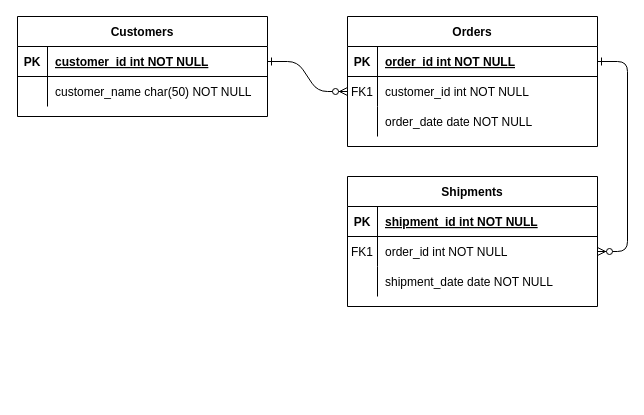
The draw.io diagram LstandsEntityDiagram.drawio in mariadelrosario98/grupo_7_LSTANDSFORLIBROS, before the edit. Source tidied: cells renumbered, new cells numbered last; positions are measured from the earlier drawing's top-left corner, leaving out a move shared by most shapes. Both pictures are drawn from the tidied source at 100%, with x=0, y=0 at pixel (17, 16).
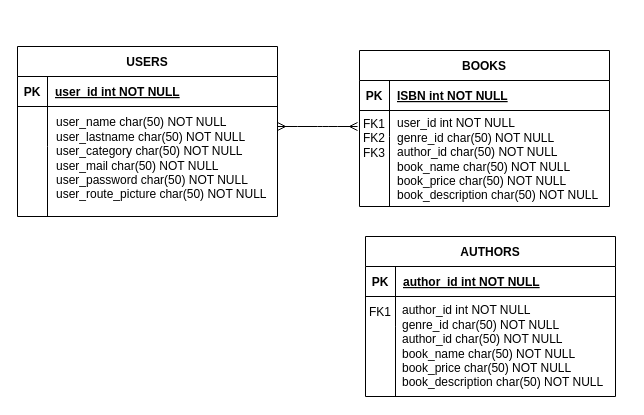
The same page after the edit.

Unchanged cells that the change refers to:
```xml
<mxCell id="5" style="shape=partialRectangle;fillColor=none;points=[[0,0.5],[1,0.5]];portConstraint=eastwest;top=0;left=0;right=0;bottom=1;" parent="4" vertex="1">
  <mxGeometry y="30" width="250" height="30" as="geometry" />
</mxCell>
<mxCell id="15" style="shape=partialRectangle;fillColor=none;top=0;left=0;right=0;bottom=1;" parent="14" vertex="1">
  <mxGeometry y="30" width="250" height="30" as="geometry" />
</mxCell>
<mxCell id="18" style="shape=partialRectangle;fillColor=none;points=[[0,0.5],[1,0.5]];portConstraint=eastwest;top=0;left=0;right=0;bottom=0;" parent="14" vertex="1">
  <mxGeometry y="60" width="250" height="30" as="geometry" />
</mxCell>
<mxCell id="21" style="shape=partialRectangle;fillColor=none;top=0;left=0;right=0;bottom=0;" parent="14" vertex="1">
  <mxGeometry y="90" width="250" height="30" as="geometry" />
</mxCell>
```

The edit, as a diff of the source:
```diff
@@
-    <mxCell id="2" style="edgeStyle=entityRelationEdgeStyle;endArrow=ERzeroToMany;startArrow=ERone;endFill=1;startFill=0;" parent="1" edge="1" source="25" target="8">
-      <mxGeometry relative="1" as="geometry" />
+    <mxCell id="2" style="edgeStyle=entityRelationEdgeStyle;endArrow=ERmany;startArrow=ERmany;endFill=0;startFill=0;" parent="1" edge="1">
+      <mxGeometry relative="1" as="geometry">
+        <mxPoint x="260" y="110" as="sourcePoint" />
+        <mxPoint x="340" y="110" as="targetPoint" />
+      </mxGeometry>
     </mxCell>
-    <mxCell id="3" style="edgeStyle=entityRelationEdgeStyle;endArrow=ERzeroToMany;startArrow=ERone;endFill=1;startFill=0;" parent="1" edge="1" source="5" target="18">
-      <mxGeometry relative="1" as="geometry" />
-    </mxCell>
-    <mxCell id="4" value="Orders" style="shape=table;startSize=30;childLayout=tableLayout;rowLines=0;fontStyle=1;align=center;" parent="1" vertex="1">
-      <mxGeometry x="330" width="250" height="130" as="geometry" />
+    <mxCell id="4" value="BOOKS" style="shape=table;startSize=30;childLayout=tableLayout;rowLines=0;fontStyle=1;align=center;" parent="1" vertex="1">
+      <mxGeometry x="342" y="34" width="250" height="156" as="geometry" />
     </mxCell>
@@
-    <mxCell id="7" value="order_id int NOT NULL " style="shape=partialRectangle;overflow=hidden;fillColor=none;top=0;left=0;bottom=0;right=0;align=left;spacingLeft=6;fontStyle=5;" parent="5" vertex="1">
+    <mxCell id="7" value="ISBN int NOT NULL " style="shape=partialRectangle;overflow=hidden;fillColor=none;top=0;left=0;bottom=0;right=0;align=left;spacingLeft=6;fontStyle=5;" parent="5" vertex="1">
       <mxGeometry x="30" width="220" height="30" as="geometry" />
     </mxCell>
     <mxCell id="8" style="shape=partialRectangle;fillColor=none;points=[[0,0.5],[1,0.5]];portConstraint=eastwest;top=0;left=0;right=0;bottom=0;" parent="4" vertex="1">
-      <mxGeometry y="60" width="250" height="30" as="geometry" />
+      <mxGeometry y="60" width="250" height="26" as="geometry" />
     </mxCell>
     <mxCell id="9" value="FK1" style="shape=partialRectangle;overflow=hidden;fillColor=none;top=0;left=0;bottom=0;right=0;" parent="8" vertex="1">
-      <mxGeometry width="30" height="30" as="geometry" />
+      <mxGeometry width="30" height="26" as="geometry" />
     </mxCell>
-    <mxCell id="10" value="customer_id int NOT NULL" style="shape=partialRectangle;overflow=hidden;fillColor=none;top=0;left=0;bottom=0;right=0;align=left;spacingLeft=6;" parent="8" vertex="1">
-      <mxGeometry x="30" width="220" height="30" as="geometry" />
+    <mxCell id="10" style="shape=partialRectangle;overflow=hidden;fillColor=none;top=0;left=0;bottom=0;right=0;align=left;spacingLeft=6;" parent="8" vertex="1">
+      <mxGeometry x="30" width="220" height="26" as="geometry" />
     </mxCell>
-    <mxCell id="11" style="shape=partialRectangle;fillColor=none;top=0;left=0;right=0;bottom=0;" parent="4" vertex="1">
-      <mxGeometry y="90" width="250" height="30" as="geometry" />
-    </mxCell>
-    <mxCell id="12" style="shape=partialRectangle;overflow=hidden;fillColor=none;top=0;left=0;bottom=0;right=0;" parent="11" vertex="1">
-      <mxGeometry width="30" height="30" as="geometry" />
-    </mxCell>
-    <mxCell id="13" value="order_date date NOT NULL" style="shape=partialRectangle;overflow=hidden;fillColor=none;top=0;left=0;bottom=0;right=0;align=left;spacingLeft=6;" parent="11" vertex="1">
-      <mxGeometry x="30" width="220" height="30" as="geometry" />
-    </mxCell>
-    <mxCell id="14" value="Shipments" style="shape=table;startSize=30;childLayout=tableLayout;rowLines=0;fontStyle=1;align=center;" parent="1" vertex="1">
-      <mxGeometry x="330" y="160" width="250" height="130" as="geometry" />
+    <mxCell id="14" value="AUTHORS" style="shape=table;startSize=30;childLayout=tableLayout;rowLines=0;fontStyle=1;align=center;" parent="1" vertex="1">
+      <mxGeometry x="348" y="220" width="250" height="160" as="geometry" />
     </mxCell>
@@
-    <mxCell id="17" value="shipment_id int NOT NULL " style="shape=partialRectangle;overflow=hidden;fillColor=none;top=0;left=0;bottom=0;right=0;align=left;spacingLeft=6;fontStyle=5;" parent="15" vertex="1">
+    <mxCell id="17" value="author_id int NOT NULL " style="shape=partialRectangle;overflow=hidden;fillColor=none;top=0;left=0;bottom=0;right=0;align=left;spacingLeft=6;fontStyle=5;" parent="15" vertex="1">
       <mxGeometry x="30" width="220" height="30" as="geometry" />
     </mxCell>
@@
-    <mxCell id="20" value="order_id int NOT NULL" style="shape=partialRectangle;overflow=hidden;fillColor=none;top=0;left=0;bottom=0;right=0;align=left;spacingLeft=6;" parent="18" vertex="1">
+    <mxCell id="20" style="shape=partialRectangle;overflow=hidden;fillColor=none;top=0;left=0;bottom=0;right=0;align=left;spacingLeft=6;" parent="18" vertex="1">
       <mxGeometry x="30" width="220" height="30" as="geometry" />
     </mxCell>
@@
-    <mxCell id="23" value="shipment_date date NOT NULL" style="shape=partialRectangle;overflow=hidden;fillColor=none;top=0;left=0;bottom=0;right=0;align=left;spacingLeft=6;" parent="21" vertex="1">
+    <mxCell id="23" style="shape=partialRectangle;overflow=hidden;fillColor=none;top=0;left=0;bottom=0;right=0;align=left;spacingLeft=6;" parent="21" vertex="1">
       <mxGeometry x="30" width="220" height="30" as="geometry" />
     </mxCell>
-    <mxCell id="24" value="Customers" style="shape=table;startSize=30;childLayout=tableLayout;rowLines=0;fontStyle=1;align=center;" parent="1" vertex="1">
-      <mxGeometry width="250" height="100" as="geometry" />
+    <mxCell id="24" value="USERS" style="shape=table;startSize=30;childLayout=tableLayout;rowLines=0;fontStyle=1;align=center;" parent="1" vertex="1">
+      <mxGeometry y="30" width="260" height="170" as="geometry" />
     </mxCell>
     <mxCell id="25" style="shape=partialRectangle;fillColor=none;points=[[0,0.5],[1,0.5]];portConstraint=eastwest;top=0;left=0;right=0;bottom=1;" parent="24" vertex="1">
-      <mxGeometry y="30" width="250" height="30" as="geometry" />
+      <mxGeometry y="30" width="260" height="30" as="geometry" />
     </mxCell>
@@
-    <mxCell id="27" value="customer_id int NOT NULL " style="shape=partialRectangle;overflow=hidden;fillColor=none;top=0;left=0;bottom=0;right=0;align=left;spacingLeft=6;fontStyle=5;" parent="25" vertex="1">
-      <mxGeometry x="30" width="220" height="30" as="geometry" />
+    <mxCell id="27" value="user_id int NOT NULL " style="shape=partialRectangle;overflow=hidden;fillColor=none;top=0;left=0;bottom=0;right=0;align=left;spacingLeft=6;fontStyle=5;" parent="25" vertex="1">
+      <mxGeometry x="30" width="230" height="30" as="geometry" />
     </mxCell>
     <mxCell id="28" style="shape=partialRectangle;fillColor=none;top=0;left=0;right=0;bottom=0;" parent="24" vertex="1">
-      <mxGeometry y="60" width="250" height="30" as="geometry" />
+      <mxGeometry y="60" width="260" height="40" as="geometry" />
     </mxCell>
     <mxCell id="29" style="shape=partialRectangle;overflow=hidden;fillColor=none;top=0;left=0;bottom=0;right=0;" parent="28" vertex="1">
-      <mxGeometry width="30" height="30" as="geometry" />
+      <mxGeometry width="30" height="40" as="geometry" />
     </mxCell>
-    <mxCell id="30" value="customer_name char(50) NOT NULL" style="shape=partialRectangle;overflow=hidden;fillColor=none;top=0;left=0;bottom=0;right=0;align=left;spacingLeft=6;" parent="28" vertex="1">
-      <mxGeometry x="30" width="220" height="30" as="geometry" />
+    <mxCell id="30" value="&#10;&#10;" style="shape=partialRectangle;overflow=hidden;fillColor=none;top=0;left=0;bottom=0;right=0;align=left;spacingLeft=6;" parent="28" vertex="1">
+      <mxGeometry x="30" width="230" height="40" as="geometry" />
     </mxCell>
+    <mxCell id="31" value="&lt;div align=&quot;left&quot;&gt;user_name char(50) NOT NULL&lt;/div&gt;&lt;div align=&quot;left&quot;&gt;user_lastname char(50) NOT NULL&lt;/div&gt;&lt;div align=&quot;left&quot;&gt;user_category char(50) NOT NULL&lt;/div&gt;&lt;div align=&quot;left&quot;&gt;user_mail char(50) NOT NULL&lt;/div&gt;&lt;div align=&quot;left&quot;&gt;user_password char(50) NOT NULL&lt;/div&gt;&lt;div align=&quot;left&quot;&gt;user_route_picture char(50) NOT NULL&lt;/div&gt;" style="text;html=1;strokeColor=none;fillColor=none;align=left;verticalAlign=middle;whiteSpace=wrap;rounded=0;" parent="1" vertex="1">
+      <mxGeometry x="37" y="92" width="220" height="100" as="geometry" />
+    </mxCell>
+    <mxCell id="32" style="endArrow=none;html=1;rounded=0;" parent="1" edge="1">
+      <mxGeometry relative="1" as="geometry">
+        <mxPoint x="30" y="200" as="sourcePoint" />
+        <mxPoint x="30" y="130" as="targetPoint" />
+      </mxGeometry>
+    </mxCell>
+    <mxCell id="33" value="&lt;div align=&quot;left&quot;&gt;&lt;font style=&quot;font-size: 12px&quot;&gt;user_id int NOT NULL&lt;/font&gt;&lt;/div&gt;&lt;div align=&quot;left&quot;&gt;&lt;font style=&quot;font-size: 12px&quot;&gt;genre_id char(50) NOT NULL&lt;/font&gt;&lt;/div&gt;&lt;div align=&quot;left&quot;&gt;&lt;font style=&quot;font-size: 12px&quot;&gt;author_id char(50) NOT NULL&lt;/font&gt;&lt;/div&gt;&lt;div align=&quot;left&quot;&gt;&lt;font style=&quot;font-size: 12px&quot;&gt;book_name char(50) NOT NULL&lt;/font&gt;&lt;/div&gt;&lt;div align=&quot;left&quot;&gt;&lt;font style=&quot;font-size: 12px&quot;&gt;book_price char(50) NOT NULL&lt;/font&gt;&lt;/div&gt;&lt;div align=&quot;left&quot;&gt;&lt;font style=&quot;font-size: 12px&quot;&gt;book_description char(50) NOT NULL&lt;/font&gt;&lt;/div&gt;" style="text;html=1;strokeColor=none;fillColor=none;align=left;verticalAlign=middle;whiteSpace=wrap;rounded=0;" parent="1" vertex="1">
+      <mxGeometry x="378" y="93" width="220" height="100" as="geometry" />
+    </mxCell>
+    <mxCell id="34" value="FK2" style="shape=partialRectangle;overflow=hidden;fillColor=none;top=0;left=0;bottom=0;right=0;" parent="1" vertex="1">
+      <mxGeometry x="342" y="106" width="30" height="30" as="geometry" />
+    </mxCell>
+    <mxCell id="35" value="FK3" style="shape=partialRectangle;overflow=hidden;fillColor=none;top=0;left=0;bottom=0;right=0;" parent="1" vertex="1">
+      <mxGeometry x="342" y="121" width="30" height="30" as="geometry" />
+    </mxCell>
+    <mxCell id="36" style="endArrow=none;html=1;rounded=0;" parent="1" edge="1">
+      <mxGeometry relative="1" as="geometry">
+        <mxPoint x="372" y="190" as="sourcePoint" />
+        <mxPoint x="372" y="120" as="targetPoint" />
+      </mxGeometry>
+    </mxCell>
+    <mxCell id="37" value="&lt;div align=&quot;left&quot;&gt;&lt;font style=&quot;font-size: 12px&quot;&gt;author_id int NOT NULL&lt;/font&gt;&lt;/div&gt;&lt;div align=&quot;left&quot;&gt;&lt;font style=&quot;font-size: 12px&quot;&gt;genre_id char(50) NOT NULL&lt;/font&gt;&lt;/div&gt;&lt;div align=&quot;left&quot;&gt;&lt;font style=&quot;font-size: 12px&quot;&gt;author_id char(50) NOT NULL&lt;/font&gt;&lt;/div&gt;&lt;div align=&quot;left&quot;&gt;&lt;font style=&quot;font-size: 12px&quot;&gt;book_name char(50) NOT NULL&lt;/font&gt;&lt;/div&gt;&lt;div align=&quot;left&quot;&gt;&lt;font style=&quot;font-size: 12px&quot;&gt;book_price char(50) NOT NULL&lt;/font&gt;&lt;/div&gt;&lt;div align=&quot;left&quot;&gt;&lt;font style=&quot;font-size: 12px&quot;&gt;book_description char(50) NOT NULL&lt;/font&gt;&lt;/div&gt;" style="text;html=1;strokeColor=none;fillColor=none;align=left;verticalAlign=middle;whiteSpace=wrap;rounded=0;" parent="1" vertex="1">
+      <mxGeometry x="383" y="280" width="220" height="100" as="geometry" />
+    </mxCell>
+    <mxCell id="38" style="endArrow=none;html=1;rounded=0;" parent="1" edge="1">
+      <mxGeometry relative="1" as="geometry">
+        <mxPoint x="378" y="380" as="sourcePoint" />
+        <mxPoint x="378" y="310" as="targetPoint" />
+      </mxGeometry>
+    </mxCell>
```
